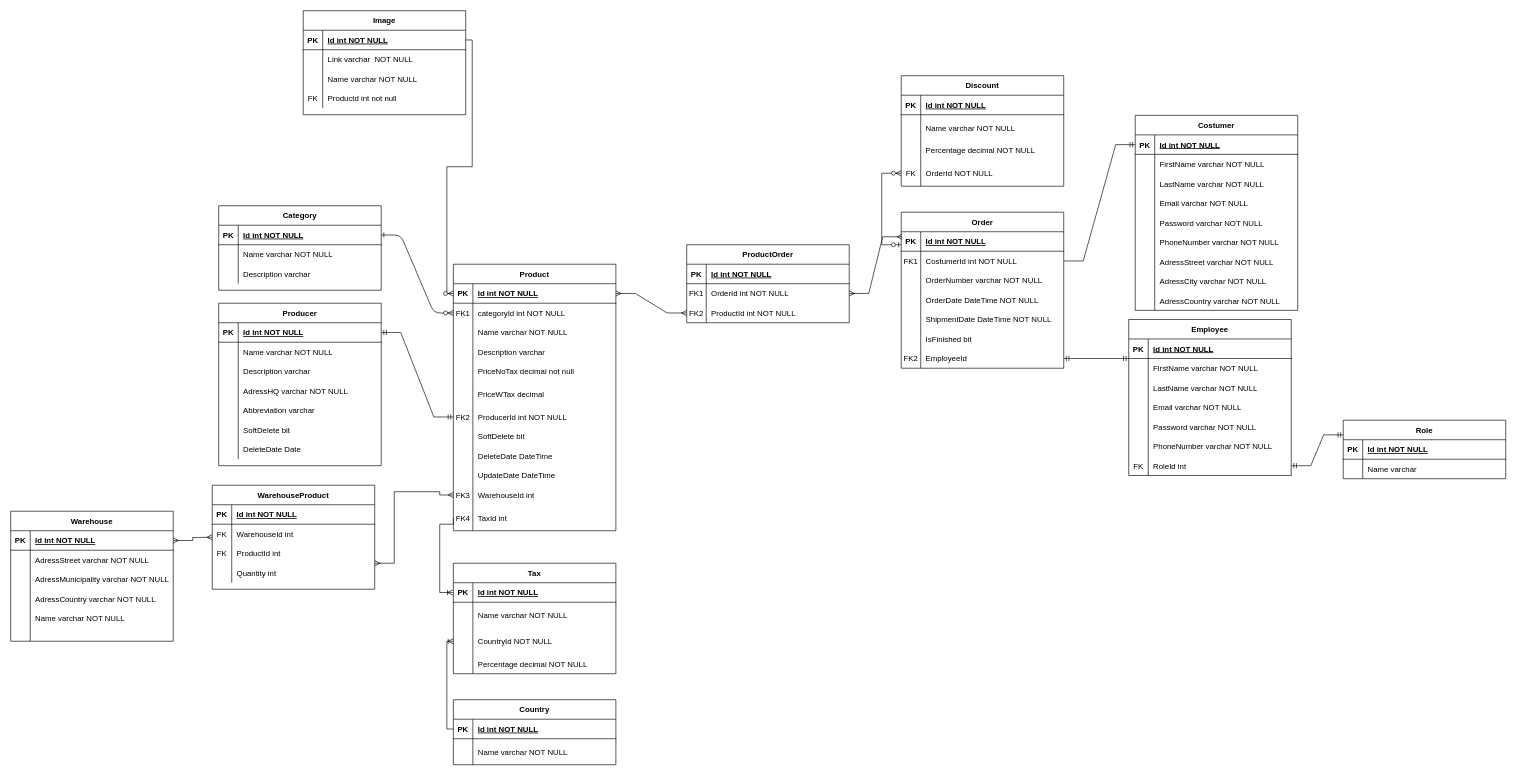
Matija1988/PostgreDB keeps this draw.io diagram as WebShop(eleOprema)DrawIO.drawio. Above is the earlier version. Source tidied: cells renumbered, new cells numbered last; positions are measured from the earlier drawing's top-left corner, leaving out a move shared by most shapes. Both pictures are drawn from the tidied source at 65%, with x=0, y=0 at pixel (10, 10).
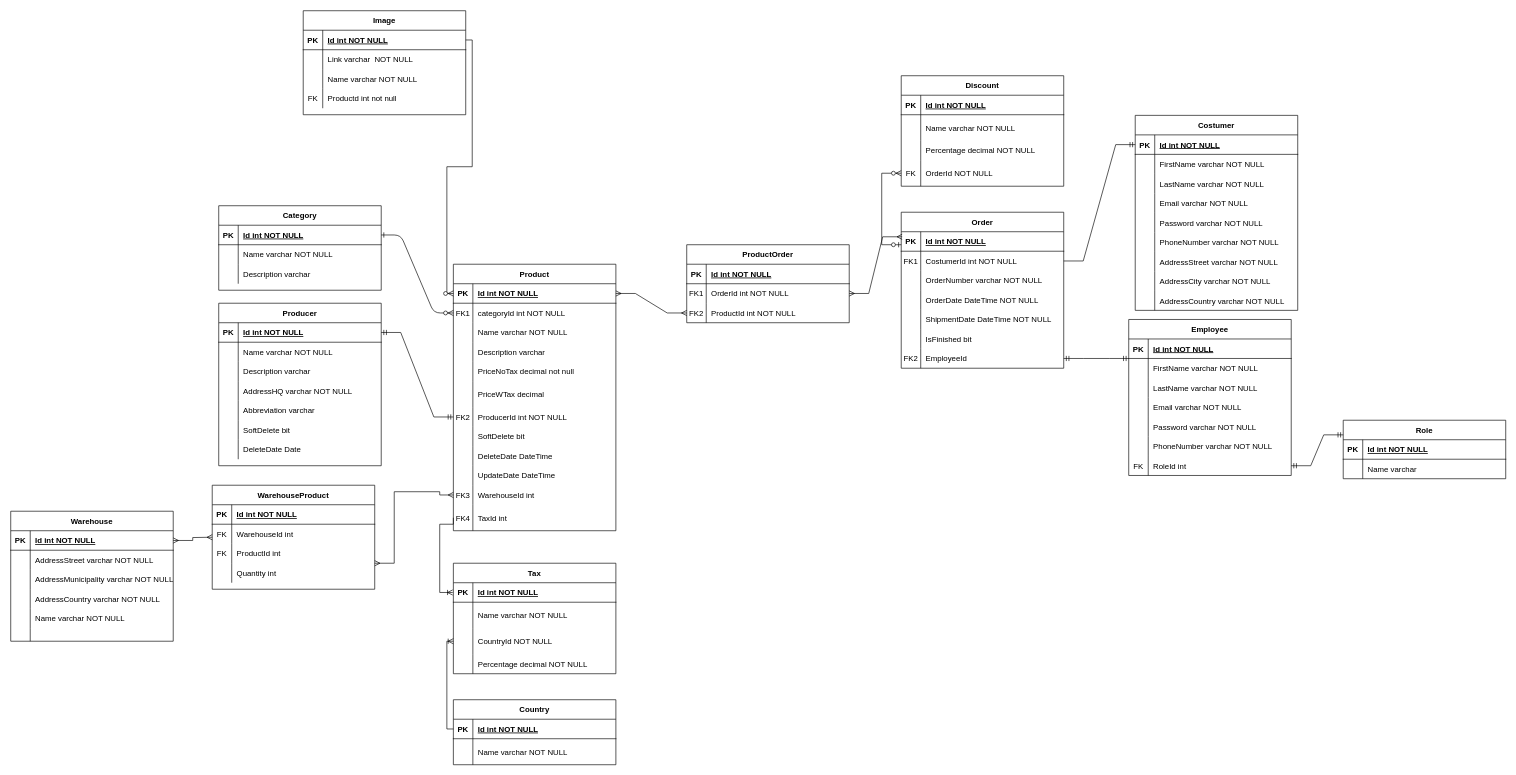
After the change.

Unchanged cells that the change refers to:
```xml
<mxCell id="69" style="shape=partialRectangle;fillColor=none;top=0;left=0;right=0;bottom=0;" parent="50" vertex="1">
  <mxGeometry y="210" width="250" height="30" as="geometry" />
</mxCell>
<mxCell id="72" style="shape=partialRectangle;fillColor=none;top=0;left=0;right=0;bottom=0;" parent="50" vertex="1">
  <mxGeometry y="240" width="250" height="30" as="geometry" />
</mxCell>
<mxCell id="75" style="shape=partialRectangle;fillColor=none;top=0;left=0;right=0;bottom=0;" parent="50" vertex="1">
  <mxGeometry y="270" width="250" height="30" as="geometry" />
</mxCell>
<mxCell id="88" style="shape=partialRectangle;fillColor=none;top=0;left=0;right=0;bottom=0;" parent="78" vertex="1">
  <mxGeometry y="120" width="250" height="30" as="geometry" />
</mxCell>
<mxCell id="139" style="shape=partialRectangle;fillColor=none;top=0;left=0;right=0;bottom=0;" parent="135" vertex="1">
  <mxGeometry y="60" width="250" height="30" as="geometry" />
</mxCell>
<mxCell id="142" style="shape=partialRectangle;fillColor=none;top=0;left=0;right=0;bottom=0;" parent="135" vertex="1">
  <mxGeometry y="90" width="250" height="30" as="geometry" />
</mxCell>
<mxCell id="145" style="shape=partialRectangle;fillColor=none;top=0;left=0;right=0;bottom=0;" parent="135" vertex="1">
  <mxGeometry y="120" width="250" height="30" as="geometry" />
</mxCell>
```

Diff of the diagram source:
```diff
@@
-    <mxCell id="71" value="AdressStreet varchar NOT NULL" style="shape=partialRectangle;overflow=hidden;fillColor=none;top=0;left=0;bottom=0;right=0;align=left;spacingLeft=6;" parent="69" vertex="1">
+    <mxCell id="71" value="AddressStreet varchar NOT NULL" style="shape=partialRectangle;overflow=hidden;fillColor=none;top=0;left=0;bottom=0;right=0;align=left;spacingLeft=6;" parent="69" vertex="1">
       <mxGeometry x="30" width="220" height="30" as="geometry" />
     </mxCell>
@@
-    <mxCell id="74" value="AdressCity varchar NOT NULL" style="shape=partialRectangle;overflow=hidden;fillColor=none;top=0;left=0;bottom=0;right=0;align=left;spacingLeft=6;" parent="72" vertex="1">
+    <mxCell id="74" value="AddressCity varchar NOT NULL" style="shape=partialRectangle;overflow=hidden;fillColor=none;top=0;left=0;bottom=0;right=0;align=left;spacingLeft=6;" parent="72" vertex="1">
       <mxGeometry x="30" width="220" height="30" as="geometry" />
     </mxCell>
@@
-    <mxCell id="77" value="AdressCountry varchar NOT NULL" style="shape=partialRectangle;overflow=hidden;fillColor=none;top=0;left=0;bottom=0;right=0;align=left;spacingLeft=6;" parent="75" vertex="1">
+    <mxCell id="77" value="AddressCountry varchar NOT NULL" style="shape=partialRectangle;overflow=hidden;fillColor=none;top=0;left=0;bottom=0;right=0;align=left;spacingLeft=6;" parent="75" vertex="1">
       <mxGeometry x="30" width="220" height="30" as="geometry" />
     </mxCell>
@@
-    <mxCell id="90" value="AdressHQ varchar NOT NULL" style="shape=partialRectangle;overflow=hidden;fillColor=none;top=0;left=0;bottom=0;right=0;align=left;spacingLeft=6;" parent="88" vertex="1">
+    <mxCell id="90" value="AddressHQ varchar NOT NULL" style="shape=partialRectangle;overflow=hidden;fillColor=none;top=0;left=0;bottom=0;right=0;align=left;spacingLeft=6;" parent="88" vertex="1">
       <mxGeometry x="30" width="220" height="30" as="geometry" />
     </mxCell>
@@
-    <mxCell id="141" value="AdressStreet varchar NOT NULL" style="shape=partialRectangle;overflow=hidden;fillColor=none;top=0;left=0;bottom=0;right=0;align=left;spacingLeft=6;" parent="139" vertex="1">
+    <mxCell id="141" value="AddressStreet varchar NOT NULL" style="shape=partialRectangle;overflow=hidden;fillColor=none;top=0;left=0;bottom=0;right=0;align=left;spacingLeft=6;" parent="139" vertex="1">
       <mxGeometry x="30" width="220" height="30" as="geometry" />
     </mxCell>
@@
-    <mxCell id="144" value="AdressMunicipality varchar NOT NULL" style="shape=partialRectangle;overflow=hidden;fillColor=none;top=0;left=0;bottom=0;right=0;align=left;spacingLeft=6;" parent="142" vertex="1">
+    <mxCell id="144" value="AddressMunicipality varchar NOT NULL" style="shape=partialRectangle;overflow=hidden;fillColor=none;top=0;left=0;bottom=0;right=0;align=left;spacingLeft=6;" parent="142" vertex="1">
       <mxGeometry x="30" width="220" height="30" as="geometry" />
     </mxCell>
@@
-    <mxCell id="147" value="AdressCountry varchar NOT NULL" style="shape=partialRectangle;overflow=hidden;fillColor=none;top=0;left=0;bottom=0;right=0;align=left;spacingLeft=6;" parent="145" vertex="1">
+    <mxCell id="147" value="AddressCountry varchar NOT NULL" style="shape=partialRectangle;overflow=hidden;fillColor=none;top=0;left=0;bottom=0;right=0;align=left;spacingLeft=6;" parent="145" vertex="1">
       <mxGeometry x="30" width="220" height="30" as="geometry" />
     </mxCell>
```
